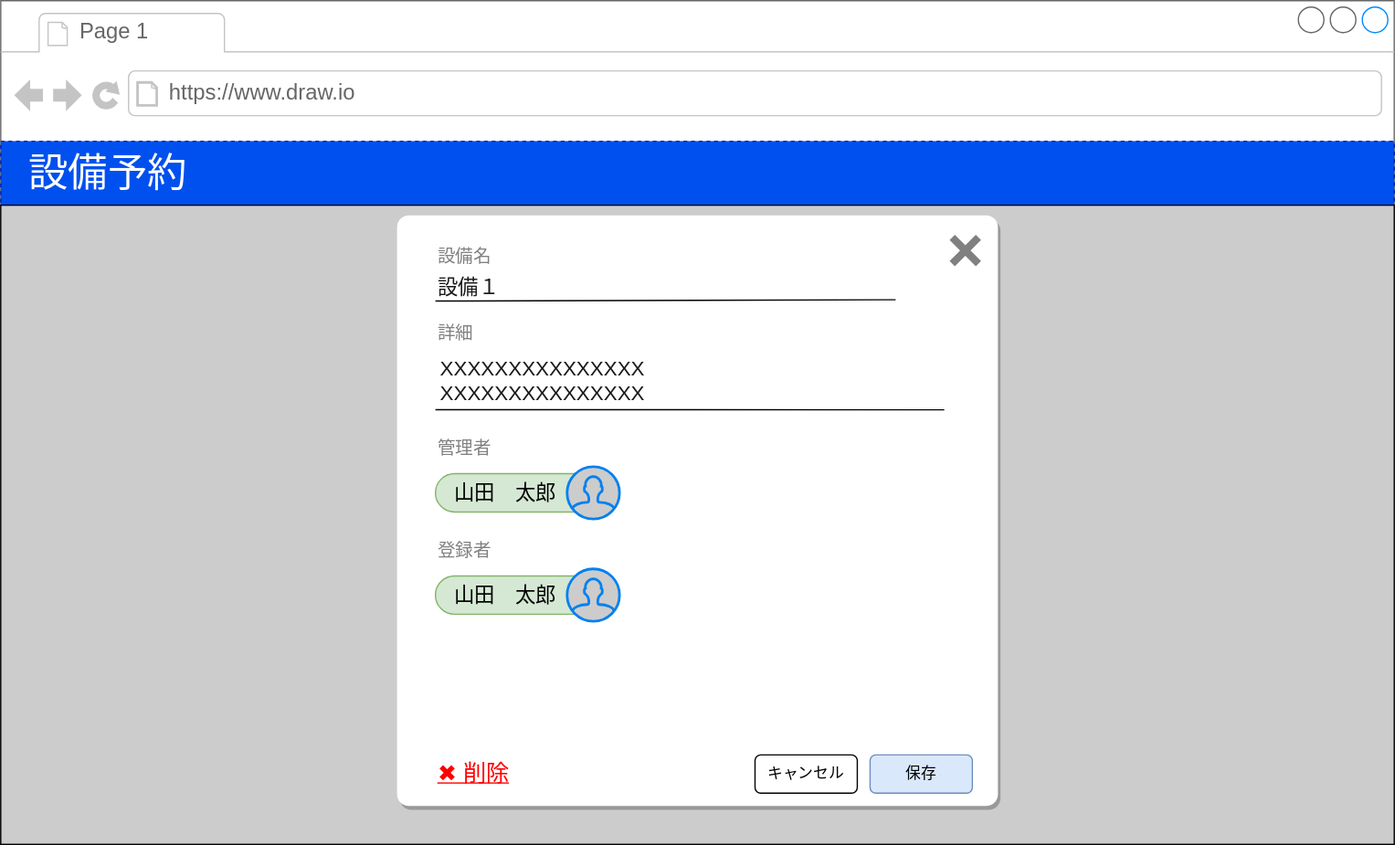
This is docs/facility-detail.drawio.svg from ebi311/facility-reservation, a draw.io export, as it was before one commit. Source tidied: cells renumbered, new cells last; positions are measured from the earlier drawing's top-left corner, leaving out a move shared by most shapes.
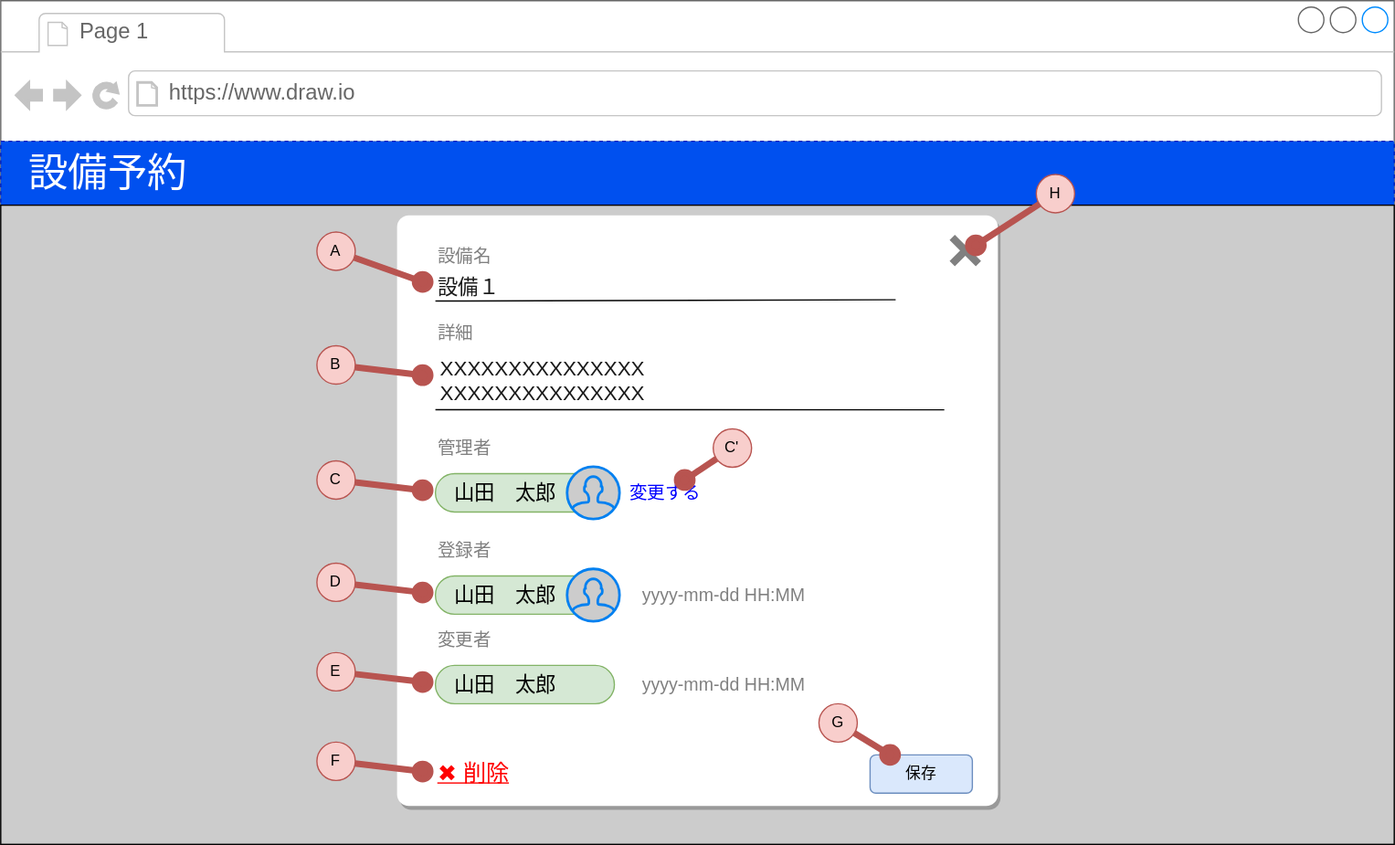
Later version of the same file.

Diff of the diagram source:
```diff
@@ -77,11 +77,91 @@
     <mxCell id="24" value="保存" style="rounded=1;whiteSpace=wrap;html=1;fillColor=#dae8fc;strokeColor=#6c8ebf;" parent="1" vertex="1">
       <mxGeometry x="680" y="590" width="80" height="30" as="geometry" />
     </mxCell>
-    <mxCell id="25" value="キャンセル" style="rounded=1;whiteSpace=wrap;html=1;" parent="1" vertex="1">
-      <mxGeometry x="590" y="590" width="80" height="30" as="geometry" />
-    </mxCell>
     <mxCell id="26" value="✖ 削除" style="text;html=1;strokeColor=none;fillColor=none;align=center;verticalAlign=middle;whiteSpace=wrap;rounded=0;fontSize=18;fontStyle=4;fontColor=#FF0000;" parent="1" vertex="1">
       <mxGeometry x="340" y="595" width="60" height="20" as="geometry" />
     </mxCell>
+    <mxCell id="27" value="H" style="ellipse;whiteSpace=wrap;html=1;align=center;fillColor=#f8cecc;strokeColor=#b85450;" parent="1" vertex="1">
+      <mxGeometry x="810" y="136" width="30" height="30" as="geometry" />
+    </mxCell>
+    <mxCell id="28" style="endArrow=oval;html=1;endFill=1;fillColor=#f8cecc;strokeColor=#b85450;strokeWidth=5;endSize=12;startSize=12;entryX=0;entryY=0;entryDx=17.4;entryDy=5.8;entryPerimeter=0;" parent="1" edge="1" source="27">
+      <mxGeometry relative="1" as="geometry">
+        <mxPoint x="762.7" y="191.4" as="targetPoint" />
+      </mxGeometry>
+    </mxCell>
+    <mxCell id="29" value="A" style="ellipse;whiteSpace=wrap;html=1;align=center;fillColor=#f8cecc;strokeColor=#b85450;" parent="1" vertex="1">
+      <mxGeometry x="247.3" y="181" width="30" height="30" as="geometry" />
+    </mxCell>
+    <mxCell id="30" style="endArrow=oval;html=1;endFill=1;fillColor=#f8cecc;strokeColor=#b85450;strokeWidth=5;endSize=12;startSize=12;" parent="1" edge="1" source="29">
+      <mxGeometry relative="1" as="geometry">
+        <mxPoint x="330" y="220" as="targetPoint" />
+      </mxGeometry>
+    </mxCell>
+    <mxCell id="31" value="B" style="ellipse;whiteSpace=wrap;html=1;align=center;fillColor=#f8cecc;strokeColor=#b85450;" parent="1" vertex="1">
+      <mxGeometry x="247.3" y="270" width="30" height="30" as="geometry" />
+    </mxCell>
+    <mxCell id="32" style="endArrow=oval;html=1;endFill=1;fillColor=#f8cecc;strokeColor=#b85450;strokeWidth=5;endSize=12;startSize=12;" parent="1" edge="1" source="31">
+      <mxGeometry relative="1" as="geometry">
+        <mxPoint x="330" y="293" as="targetPoint" />
+      </mxGeometry>
+    </mxCell>
+    <mxCell id="33" value="C" style="ellipse;whiteSpace=wrap;html=1;align=center;fillColor=#f8cecc;strokeColor=#b85450;" parent="1" vertex="1">
+      <mxGeometry x="247.3" y="360" width="30" height="30" as="geometry" />
+    </mxCell>
+    <mxCell id="34" style="endArrow=oval;html=1;endFill=1;fillColor=#f8cecc;strokeColor=#b85450;strokeWidth=5;endSize=12;startSize=12;" parent="1" edge="1" source="33">
+      <mxGeometry relative="1" as="geometry">
+        <mxPoint x="330" y="383" as="targetPoint" />
+      </mxGeometry>
+    </mxCell>
+    <mxCell id="35" value="D" style="ellipse;whiteSpace=wrap;html=1;align=center;fillColor=#f8cecc;strokeColor=#b85450;" parent="1" vertex="1">
+      <mxGeometry x="247.3" y="440" width="30" height="30" as="geometry" />
+    </mxCell>
+    <mxCell id="36" style="endArrow=oval;html=1;endFill=1;fillColor=#f8cecc;strokeColor=#b85450;strokeWidth=5;endSize=12;startSize=12;" parent="1" edge="1" source="35">
+      <mxGeometry relative="1" as="geometry">
+        <mxPoint x="330" y="463" as="targetPoint" />
+      </mxGeometry>
+    </mxCell>
+    <mxCell id="37" value="F" style="ellipse;whiteSpace=wrap;html=1;align=center;fillColor=#f8cecc;strokeColor=#b85450;" parent="1" vertex="1">
+      <mxGeometry x="247.3" y="580" width="30" height="30" as="geometry" />
+    </mxCell>
+    <mxCell id="38" style="endArrow=oval;html=1;endFill=1;fillColor=#f8cecc;strokeColor=#b85450;strokeWidth=5;endSize=12;startSize=12;" parent="1" edge="1" source="37">
+      <mxGeometry relative="1" as="geometry">
+        <mxPoint x="330" y="603" as="targetPoint" />
+      </mxGeometry>
+    </mxCell>
+    <mxCell id="39" value="G" style="ellipse;whiteSpace=wrap;html=1;align=center;fillColor=#f8cecc;strokeColor=#b85450;" parent="1" vertex="1">
+      <mxGeometry x="640" y="550" width="30" height="30" as="geometry" />
+    </mxCell>
+    <mxCell id="40" style="endArrow=oval;html=1;endFill=1;fillColor=#f8cecc;strokeColor=#b85450;strokeWidth=5;endSize=12;startSize=12;" parent="1" edge="1" source="39" target="24">
+      <mxGeometry relative="1" as="geometry" />
+    </mxCell>
+    <mxCell id="41" value="変更する" style="text;html=1;strokeColor=none;fillColor=none;align=left;verticalAlign=middle;whiteSpace=wrap;rounded=0;fontSize=14;fontColor=#0000FF;fontStyle=0;" parent="1" vertex="1">
+      <mxGeometry x="490" y="375" width="60" height="20" as="geometry" />
+    </mxCell>
+    <mxCell id="42" value="C'" style="ellipse;whiteSpace=wrap;html=1;align=center;fillColor=#f8cecc;strokeColor=#b85450;" parent="1" vertex="1">
+      <mxGeometry x="557.3" y="335" width="30" height="30" as="geometry" />
+    </mxCell>
+    <mxCell id="43" style="endArrow=oval;html=1;endFill=1;fillColor=#f8cecc;strokeColor=#b85450;strokeWidth=5;endSize=12;startSize=12;entryX=0.75;entryY=0;entryDx=0;entryDy=0;" parent="1" edge="1" source="42" target="41">
+      <mxGeometry relative="1" as="geometry" />
+    </mxCell>
+    <mxCell id="44" value="yyyy-mm-dd HH:MM" style="text;html=1;strokeColor=none;fillColor=none;align=left;verticalAlign=middle;whiteSpace=wrap;rounded=0;fontSize=14;fontColor=#808080;" parent="1" vertex="1">
+      <mxGeometry x="500" y="455" width="170" height="20" as="geometry" />
+    </mxCell>
+    <mxCell id="45" value="変更者" style="text;html=1;strokeColor=none;fillColor=none;align=left;verticalAlign=middle;whiteSpace=wrap;rounded=0;fontSize=14;fontColor=#808080;" parent="1" vertex="1">
+      <mxGeometry x="340" y="490" width="130" height="20" as="geometry" />
+    </mxCell>
+    <mxCell id="46" value="山田　太郎" style="rounded=1;whiteSpace=wrap;html=1;shadow=0;fillColor=#d5e8d4;fontSize=16;align=left;arcSize=50;spacingLeft=13;strokeColor=#82b366;" parent="1" vertex="1">
+      <mxGeometry x="340" y="520" width="140" height="30" as="geometry" />
+    </mxCell>
+    <mxCell id="47" value="yyyy-mm-dd HH:MM" style="text;html=1;strokeColor=none;fillColor=none;align=left;verticalAlign=middle;whiteSpace=wrap;rounded=0;fontSize=14;fontColor=#808080;" parent="1" vertex="1">
+      <mxGeometry x="500" y="525" width="170" height="20" as="geometry" />
+    </mxCell>
+    <mxCell id="48" value="E" style="ellipse;whiteSpace=wrap;html=1;align=center;fillColor=#f8cecc;strokeColor=#b85450;" parent="1" vertex="1">
+      <mxGeometry x="247.3" y="510" width="30" height="30" as="geometry" />
+    </mxCell>
+    <mxCell id="49" style="endArrow=oval;html=1;endFill=1;fillColor=#f8cecc;strokeColor=#b85450;strokeWidth=5;endSize=12;startSize=12;" parent="1" edge="1" source="48">
+      <mxGeometry relative="1" as="geometry">
+        <mxPoint x="330" y="533" as="targetPoint" />
+      </mxGeometry>
+    </mxCell>
   </root>
 </mxGraphModel>
```
